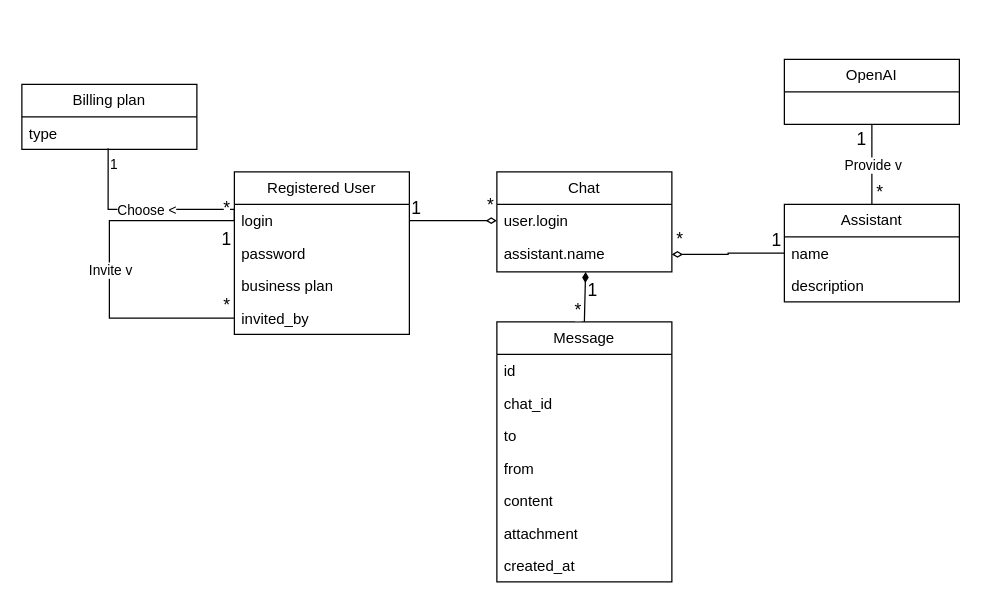
Above: docs/raw_figs/domain_model.drawio in lyphrowny/Porphiriy (draw.io), before the change. Source tidied: cells renumbered, new cells numbered last; positions are measured from the earlier drawing's top-left corner, leaving out a move shared by most shapes. Both pictures are drawn from the tidied source at 125%, with x=0, y=0 at pixel (21, 59).
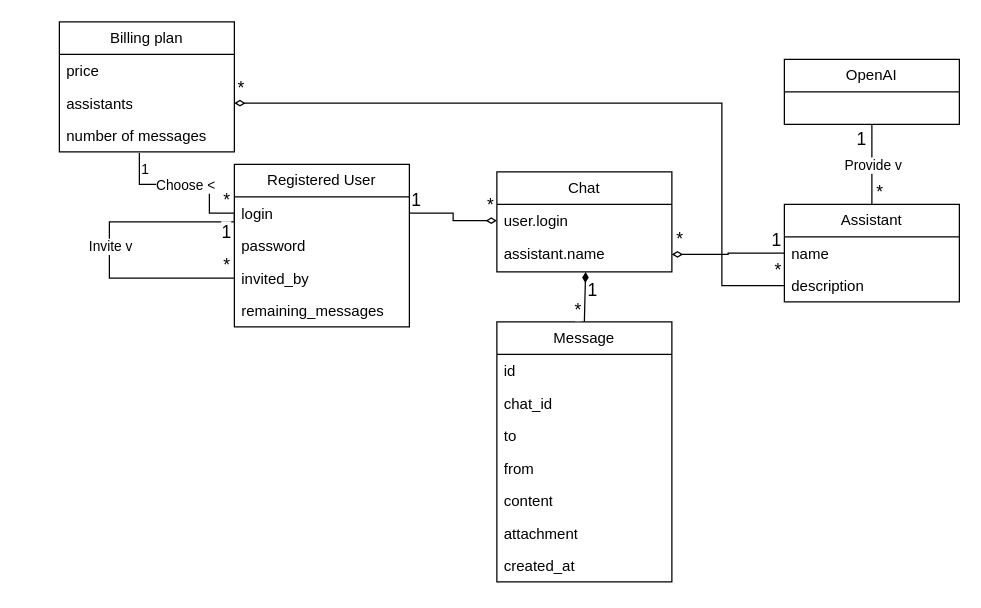
After the change.

The change refers to these unchanged cells:
```xml
<mxCell id="3" value="login" style="text;strokeColor=none;fillColor=none;align=left;verticalAlign=top;spacingLeft=4;spacingRight=4;overflow=hidden;points=[[0,0.5],[1,0.5]];portConstraint=eastwest;whiteSpace=wrap;html=1;" parent="2" vertex="1">
  <mxGeometry y="26" width="140" height="26" as="geometry" />
</mxCell>
<mxCell id="21" value="description" style="text;strokeColor=none;fillColor=none;align=left;verticalAlign=top;spacingLeft=4;spacingRight=4;overflow=hidden;points=[[0,0.5],[1,0.5]];portConstraint=eastwest;whiteSpace=wrap;html=1;" parent="19" vertex="1">
  <mxGeometry y="52" width="140" height="26" as="geometry" />
</mxCell>
```

Diff of the diagram source:
```diff
@@
     <mxCell id="2" value="Registered User" style="swimlane;fontStyle=0;horizontal=1;startSize=26;fillColor=none;whiteSpace=wrap;html=1;" parent="1" vertex="1">
-      <mxGeometry x="170" y="90" width="140" height="130" as="geometry" />
+      <mxGeometry x="170" y="84" width="140" height="130" as="geometry" />
     </mxCell>
@@
-    <mxCell id="5" value="business plan" style="text;strokeColor=none;fillColor=none;align=left;verticalAlign=top;spacingLeft=4;spacingRight=4;overflow=hidden;whiteSpace=wrap;html=1;" parent="2" vertex="1">
-      <mxGeometry y="78" width="140" height="26" as="geometry" />
-    </mxCell>
     <mxCell id="6" value="invited_by" style="text;strokeColor=none;fillColor=none;align=left;verticalAlign=top;spacingLeft=4;spacingRight=4;overflow=hidden;points=[[0,0.5],[1,0.5]];portConstraint=eastwest;whiteSpace=wrap;html=1;" parent="2" vertex="1">
-      <mxGeometry y="104" width="140" height="26" as="geometry" />
+      <mxGeometry y="78" width="140" height="26" as="geometry" />
     </mxCell>
     <mxCell id="7" style="endArrow=none;html=1;rounded=0;endFill=0;edgeStyle=orthogonalEdgeStyle;entryX=0;entryY=0.5;entryDx=0;entryDy=0;exitX=0;exitY=0.5;exitDx=0;exitDy=0;" parent="2" edge="1" source="3" target="6">
       <mxGeometry relative="1" as="geometry">
         <Array as="points">
-          <mxPoint x="-100" y="39" />
-          <mxPoint x="-100" y="117" />
+          <mxPoint y="46" />
+          <mxPoint x="-100" y="46" />
+          <mxPoint x="-100" y="91" />
         </Array>
       </mxGeometry>
     </mxCell>
@@
+    <mxCell id="45" value="remaining_messages" style="text;strokeColor=none;fillColor=none;align=left;verticalAlign=top;spacingLeft=4;spacingRight=4;overflow=hidden;whiteSpace=wrap;html=1;" parent="2" vertex="1">
+      <mxGeometry y="104" width="140" height="26" as="geometry" />
+    </mxCell>
@@
     <mxCell id="22" value="Billing plan" style="swimlane;fontStyle=0;horizontal=1;startSize=26;fillColor=none;whiteSpace=wrap;html=1;" parent="1" vertex="1">
-      <mxGeometry y="20" width="140" height="52" as="geometry" />
+      <mxGeometry x="30" y="-30" width="140" height="104" as="geometry" />
     </mxCell>
-    <mxCell id="23" value="type" style="text;strokeColor=none;fillColor=none;align=left;verticalAlign=top;spacingLeft=4;spacingRight=4;overflow=hidden;points=[[0,0.5],[1,0.5]];portConstraint=eastwest;whiteSpace=wrap;html=1;" parent="22" vertex="1">
+    <mxCell id="23" value="price" style="text;strokeColor=none;fillColor=none;align=left;verticalAlign=top;spacingLeft=4;spacingRight=4;overflow=hidden;points=[[0,0.5],[1,0.5]];portConstraint=eastwest;whiteSpace=wrap;html=1;" parent="22" vertex="1">
       <mxGeometry y="26" width="140" height="26" as="geometry" />
     </mxCell>
+    <mxCell id="46" value="assistants" style="text;strokeColor=none;fillColor=none;align=left;verticalAlign=top;spacingLeft=4;spacingRight=4;overflow=hidden;points=[[0,0.5],[1,0.5]];portConstraint=eastwest;whiteSpace=wrap;html=1;" parent="22" vertex="1">
+      <mxGeometry y="52" width="140" height="26" as="geometry" />
+    </mxCell>
+    <mxCell id="47" value="number of messages" style="text;strokeColor=none;fillColor=none;align=left;verticalAlign=top;spacingLeft=4;spacingRight=4;overflow=hidden;points=[[0,0.5],[1,0.5]];portConstraint=eastwest;whiteSpace=wrap;html=1;" parent="22" vertex="1">
+      <mxGeometry y="78" width="140" height="26" as="geometry" />
+    </mxCell>
-    <mxCell id="24" style="endArrow=none;html=1;rounded=0;endFill=0;edgeStyle=orthogonalEdgeStyle;entryX=0;entryY=0.5;entryDx=0;entryDy=0;exitX=0.493;exitY=0.962;exitDx=0;exitDy=0;exitPerimeter=0;align=center;" parent="1" edge="1" source="23" target="3">
+    <mxCell id="24" style="endArrow=none;html=1;rounded=0;endFill=0;edgeStyle=orthogonalEdgeStyle;entryX=0;entryY=0.5;entryDx=0;entryDy=0;exitX=0.457;exitY=1.038;exitDx=0;exitDy=0;exitPerimeter=0;align=center;" parent="1" edge="1" source="47" target="3">
       <mxGeometry relative="1" as="geometry">
         <Array as="points">
-          <mxPoint x="69" y="120" />
-          <mxPoint x="170" y="120" />
+          <mxPoint x="94" y="100" />
+          <mxPoint x="150" y="100" />
+          <mxPoint x="150" y="123" />
         </Array>
       </mxGeometry>
     </mxCell>
@@
+    <mxCell id="48" style="endArrow=none;html=1;rounded=0;endFill=0;edgeStyle=orthogonalEdgeStyle;entryX=0;entryY=0.5;entryDx=0;entryDy=0;exitX=1;exitY=0.5;exitDx=0;exitDy=0;startArrow=diamondThin;startFill=0;" parent="1" edge="1" source="46" target="21">
+      <mxGeometry relative="1" as="geometry">
+        <Array as="points">
+          <mxPoint x="560" y="35" />
+          <mxPoint x="560" y="181" />
+        </Array>
+      </mxGeometry>
+    </mxCell>
+    <mxCell id="49" value="*" style="edgeLabel;html=1;align=left;verticalAlign=bottom;fontSize=14;" parent="48" vertex="1">
+      <mxGeometry x="-1" relative="1" as="geometry">
+        <mxPoint x="1" y="-2" as="offset" />
+      </mxGeometry>
+    </mxCell>
+    <mxCell id="50" value="*" style="edgeLabel;html=1;align=right;verticalAlign=bottom;fontSize=14;" parent="48" vertex="1">
+      <mxGeometry x="1" relative="1" as="geometry">
+        <mxPoint x="-2" y="-2" as="offset" />
+      </mxGeometry>
+    </mxCell>
```
